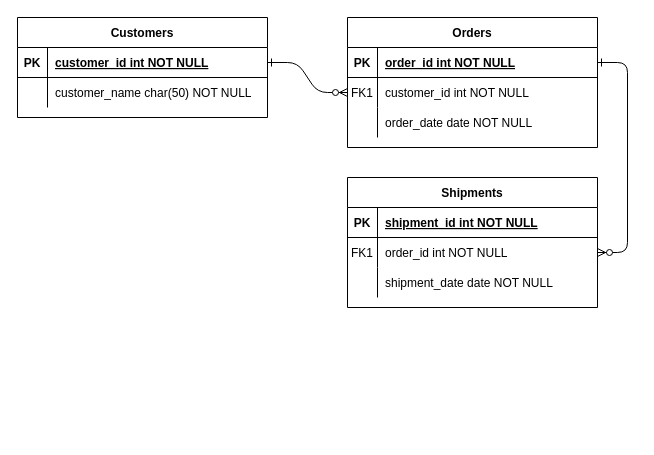
This is Untitled Diagram.drawio from DowellLivingLab/115.GoogleTrends.Dowell, a draw.io file, before an edit. Source tidied: cells renumbered, new cells numbered last; positions are measured from the earlier drawing's top-left corner, leaving out a move shared by most shapes. Both pictures are drawn from the tidied source at 100%, with x=0, y=0 at pixel (17, 17).
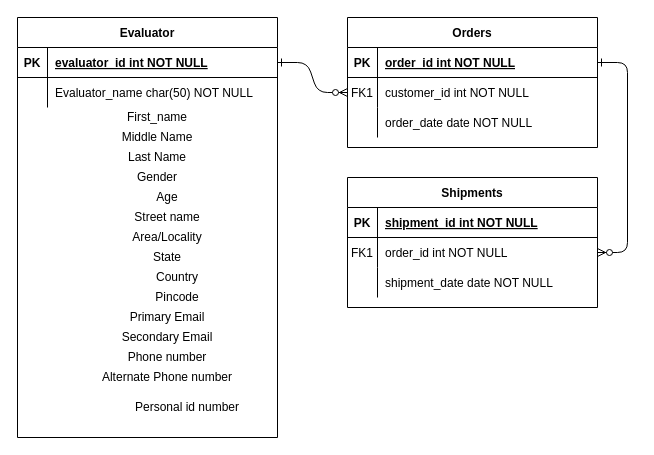
After the change.

Diff of the diagram source:
```diff
@@
-    <mxCell id="24" value="Customers" style="shape=table;startSize=30;childLayout=tableLayout;rowLines=0;fontStyle=1;align=center;" parent="1" vertex="1">
-      <mxGeometry width="250" height="100" as="geometry" />
+    <mxCell id="24" value="Evaluator" style="shape=table;startSize=30;childLayout=tableLayout;rowLines=0;fontStyle=1;align=center;" parent="1" vertex="1">
+      <mxGeometry width="260" height="420" as="geometry" />
     </mxCell>
     <mxCell id="25" style="shape=partialRectangle;fillColor=none;points=[[0,0.5],[1,0.5]];portConstraint=eastwest;top=0;left=0;right=0;bottom=1;" parent="24" vertex="1">
-      <mxGeometry y="30" width="250" height="30" as="geometry" />
+      <mxGeometry y="30" width="260" height="30" as="geometry" />
     </mxCell>
@@
-    <mxCell id="27" value="customer_id int NOT NULL " style="shape=partialRectangle;overflow=hidden;fillColor=none;top=0;left=0;bottom=0;right=0;align=left;spacingLeft=6;fontStyle=5;" parent="25" vertex="1">
-      <mxGeometry x="30" width="220" height="30" as="geometry" />
+    <mxCell id="27" value="evaluator_id int NOT NULL " style="shape=partialRectangle;overflow=hidden;fillColor=none;top=0;left=0;bottom=0;right=0;align=left;spacingLeft=6;fontStyle=5;" parent="25" vertex="1">
+      <mxGeometry x="30" width="230" height="30" as="geometry" />
     </mxCell>
     <mxCell id="28" style="shape=partialRectangle;fillColor=none;top=0;left=0;right=0;bottom=0;" parent="24" vertex="1">
-      <mxGeometry y="60" width="250" height="30" as="geometry" />
+      <mxGeometry y="60" width="260" height="30" as="geometry" />
     </mxCell>
@@
-    <mxCell id="30" value="customer_name char(50) NOT NULL" style="shape=partialRectangle;overflow=hidden;fillColor=none;top=0;left=0;bottom=0;right=0;align=left;spacingLeft=6;" parent="28" vertex="1">
-      <mxGeometry x="30" width="220" height="30" as="geometry" />
+    <mxCell id="30" value="Evaluator_name char(50) NOT NULL" style="shape=partialRectangle;overflow=hidden;fillColor=none;top=0;left=0;bottom=0;right=0;align=left;spacingLeft=6;" parent="28" vertex="1">
+      <mxGeometry x="30" width="230" height="30" as="geometry" />
     </mxCell>
+    <mxCell id="31" value="First_name" style="text;html=1;strokeColor=none;fillColor=none;align=center;verticalAlign=middle;whiteSpace=wrap;rounded=0;" parent="1" vertex="1">
+      <mxGeometry x="40" y="90" width="200" height="20" as="geometry" />
+    </mxCell>
+    <mxCell id="32" value="Middle Name" style="text;html=1;strokeColor=none;fillColor=none;align=center;verticalAlign=middle;whiteSpace=wrap;rounded=0;" parent="1" vertex="1">
+      <mxGeometry x="40" y="110" width="200" height="20" as="geometry" />
+    </mxCell>
+    <mxCell id="33" value="Last Name" style="text;html=1;strokeColor=none;fillColor=none;align=center;verticalAlign=middle;whiteSpace=wrap;rounded=0;" parent="1" vertex="1">
+      <mxGeometry x="40" y="130" width="200" height="20" as="geometry" />
+    </mxCell>
+    <mxCell id="34" value="Gender" style="text;html=1;strokeColor=none;fillColor=none;align=center;verticalAlign=middle;whiteSpace=wrap;rounded=0;" parent="1" vertex="1">
+      <mxGeometry x="40" y="150" width="200" height="20" as="geometry" />
+    </mxCell>
+    <mxCell id="35" value="Age" style="text;html=1;strokeColor=none;fillColor=none;align=center;verticalAlign=middle;whiteSpace=wrap;rounded=0;" parent="1" vertex="1">
+      <mxGeometry x="50" y="170" width="200" height="20" as="geometry" />
+    </mxCell>
+    <mxCell id="36" value="Street name" style="text;html=1;strokeColor=none;fillColor=none;align=center;verticalAlign=middle;whiteSpace=wrap;rounded=0;" parent="1" vertex="1">
+      <mxGeometry x="50" y="190" width="200" height="20" as="geometry" />
+    </mxCell>
+    <mxCell id="37" value="Area/Locality" style="text;html=1;strokeColor=none;fillColor=none;align=center;verticalAlign=middle;whiteSpace=wrap;rounded=0;" parent="1" vertex="1">
+      <mxGeometry x="50" y="210" width="200" height="20" as="geometry" />
+    </mxCell>
+    <mxCell id="38" value="State" style="text;html=1;strokeColor=none;fillColor=none;align=center;verticalAlign=middle;whiteSpace=wrap;rounded=0;" parent="1" vertex="1">
+      <mxGeometry x="50" y="230" width="200" height="20" as="geometry" />
+    </mxCell>
+    <mxCell id="39" value="Country" style="text;html=1;strokeColor=none;fillColor=none;align=center;verticalAlign=middle;whiteSpace=wrap;rounded=0;" parent="1" vertex="1">
+      <mxGeometry x="60" y="250" width="200" height="20" as="geometry" />
+    </mxCell>
+    <mxCell id="40" value="Pincode" style="text;html=1;strokeColor=none;fillColor=none;align=center;verticalAlign=middle;whiteSpace=wrap;rounded=0;" parent="1" vertex="1">
+      <mxGeometry x="60" y="270" width="200" height="20" as="geometry" />
+    </mxCell>
+    <mxCell id="41" value="Primary Email" style="text;html=1;strokeColor=none;fillColor=none;align=center;verticalAlign=middle;whiteSpace=wrap;rounded=0;" parent="1" vertex="1">
+      <mxGeometry x="50" y="290" width="200" height="20" as="geometry" />
+    </mxCell>
+    <mxCell id="42" value="Secondary Email" style="text;html=1;strokeColor=none;fillColor=none;align=center;verticalAlign=middle;whiteSpace=wrap;rounded=0;" parent="1" vertex="1">
+      <mxGeometry x="50" y="310" width="200" height="20" as="geometry" />
+    </mxCell>
+    <mxCell id="43" value="Phone number" style="text;html=1;strokeColor=none;fillColor=none;align=center;verticalAlign=middle;whiteSpace=wrap;rounded=0;" parent="1" vertex="1">
+      <mxGeometry x="50" y="330" width="200" height="20" as="geometry" />
+    </mxCell>
+    <mxCell id="44" value="Alternate Phone number" style="text;html=1;strokeColor=none;fillColor=none;align=center;verticalAlign=middle;whiteSpace=wrap;rounded=0;" parent="1" vertex="1">
+      <mxGeometry x="50" y="350" width="200" height="20" as="geometry" />
+    </mxCell>
+    <mxCell id="45" value="Personal id number" style="text;html=1;strokeColor=none;fillColor=none;align=center;verticalAlign=middle;whiteSpace=wrap;rounded=0;" parent="1" vertex="1">
+      <mxGeometry x="70" y="380" width="200" height="20" as="geometry" />
+    </mxCell>
```
